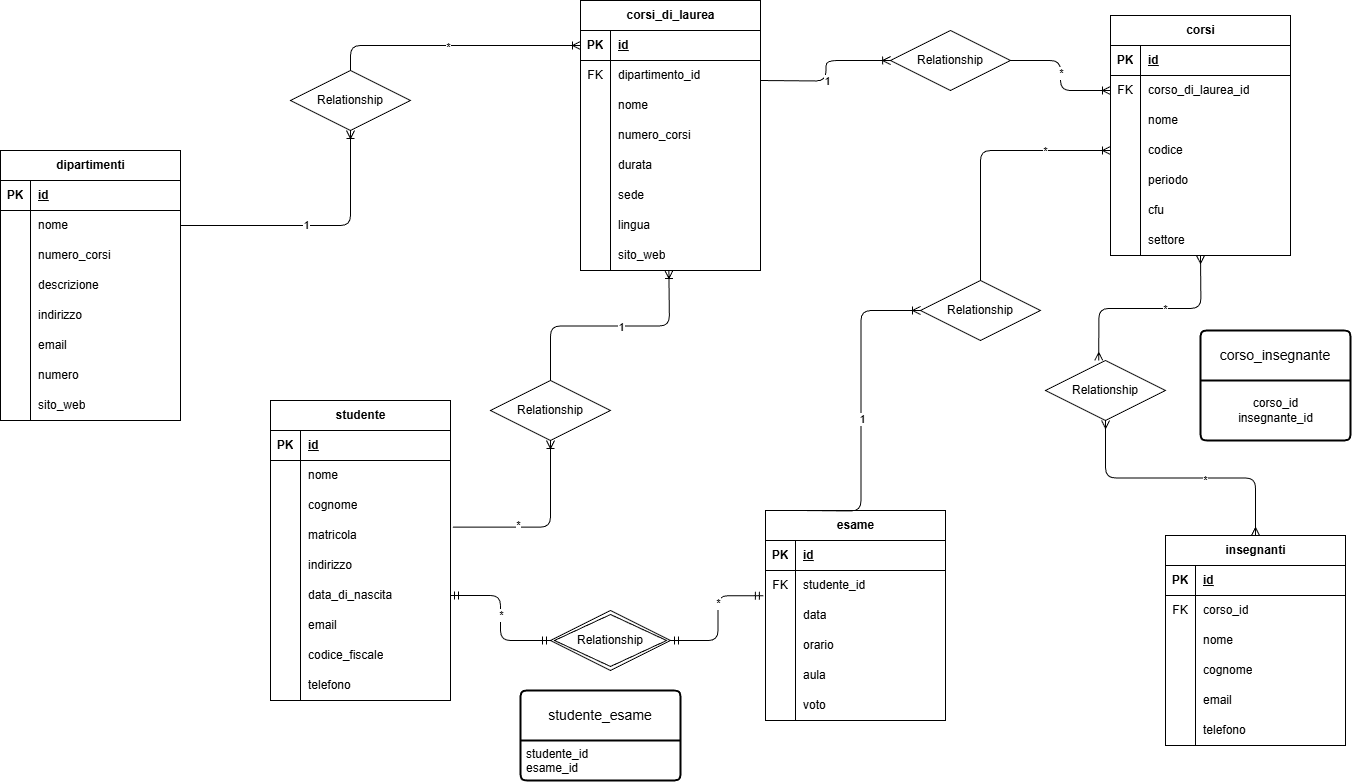
The draw.io diagram schema.png in carminenicotera/db-university, before a commit. Source tidied: cells renumbered, new cells last; positions are measured from the earlier drawing's top-left corner, leaving out a move shared by most shapes.
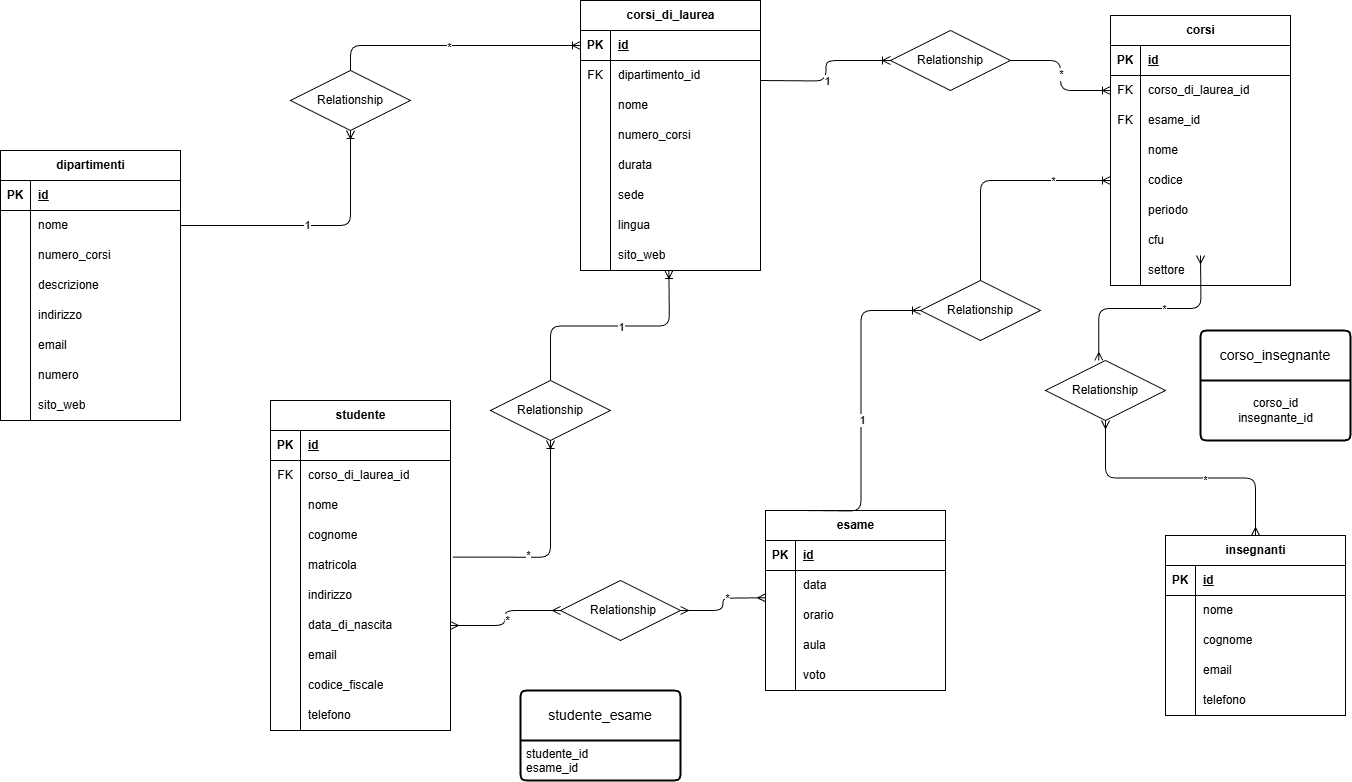
The same diagram one commit later.

The edit, as a diff of the source:
```diff
@@ -155,3 +155,3 @@
     <mxCell id="52" value="corsi" style="shape=table;startSize=30;rowLines=0;fontStyle=1;align=center;html=1;" parent="1" vertex="1">
-      <mxGeometry x="1110" y="15" width="180" height="240" as="geometry" />
+      <mxGeometry x="1110" y="15" width="180" height="270" as="geometry" />
     </mxCell>
@@ -175,4 +175,13 @@
     </mxCell>
+    <mxCell id="174" style="shape=tableRow;horizontal=0;startSize=0;swimlaneHead=0;swimlaneBody=0;fillColor=none;top=0;left=0;right=0;bottom=0;" parent="52" vertex="1">
+      <mxGeometry y="90" width="180" height="30" as="geometry" />
+    </mxCell>
+    <mxCell id="175" value="FK" style="shape=partialRectangle;fillColor=none;top=0;left=0;bottom=0;right=0;overflow=hidden;whiteSpace=wrap;html=1;" parent="174" vertex="1">
+      <mxGeometry width="30" height="30" as="geometry" />
+    </mxCell>
+    <mxCell id="176" value="esame_id" style="shape=partialRectangle;fillColor=none;top=0;left=0;bottom=0;right=0;align=left;spacingLeft=6;overflow=hidden;whiteSpace=wrap;html=1;" parent="174" vertex="1">
+      <mxGeometry x="30" width="150" height="30" as="geometry" />
+    </mxCell>
     <mxCell id="59" style="shape=tableRow;horizontal=0;startSize=0;swimlaneHead=0;swimlaneBody=0;fillColor=none;top=0;left=0;right=0;bottom=0;" parent="52" vertex="1">
-      <mxGeometry y="90" width="180" height="30" as="geometry" />
+      <mxGeometry y="120" width="180" height="30" as="geometry" />
     </mxCell>
@@ -185,3 +194,3 @@
     <mxCell id="62" style="shape=tableRow;horizontal=0;startSize=0;swimlaneHead=0;swimlaneBody=0;fillColor=none;points=[[0,0.5],[1,0.5]];portConstraint=eastwest;top=0;left=0;right=0;bottom=0;" parent="52" vertex="1">
-      <mxGeometry y="120" width="180" height="30" as="geometry" />
+      <mxGeometry y="150" width="180" height="30" as="geometry" />
     </mxCell>
@@ -194,3 +203,3 @@
     <mxCell id="65" style="shape=tableRow;horizontal=0;startSize=0;swimlaneHead=0;swimlaneBody=0;fillColor=none;top=0;left=0;right=0;bottom=0;" parent="52" vertex="1">
-      <mxGeometry y="150" width="180" height="30" as="geometry" />
+      <mxGeometry y="180" width="180" height="30" as="geometry" />
     </mxCell>
@@ -203,3 +212,3 @@
     <mxCell id="68" style="shape=tableRow;horizontal=0;startSize=0;swimlaneHead=0;swimlaneBody=0;fillColor=none;top=0;left=0;right=0;bottom=0;" parent="52" vertex="1">
-      <mxGeometry y="180" width="180" height="30" as="geometry" />
+      <mxGeometry y="210" width="180" height="30" as="geometry" />
     </mxCell>
@@ -212,3 +221,3 @@
     <mxCell id="71" style="shape=tableRow;horizontal=0;startSize=0;swimlaneHead=0;swimlaneBody=0;fillColor=none;top=0;left=0;right=0;bottom=0;" parent="52" vertex="1">
-      <mxGeometry y="210" width="180" height="30" as="geometry" />
+      <mxGeometry y="240" width="180" height="30" as="geometry" />
     </mxCell>
@@ -221,3 +230,3 @@
     <mxCell id="74" value="insegnanti" style="shape=table;startSize=30;rowLines=0;fontStyle=1;align=center;html=1;" parent="1" vertex="1">
-      <mxGeometry x="1165" y="535" width="180" height="210" as="geometry" />
+      <mxGeometry x="1165" y="535" width="180" height="180" as="geometry" />
     </mxCell>
@@ -232,13 +241,4 @@
     </mxCell>
-    <mxCell id="78" style="shape=tableRow;horizontal=0;startSize=0;swimlaneHead=0;swimlaneBody=0;fillColor=none;top=0;left=0;right=0;bottom=0;" parent="74" vertex="1">
-      <mxGeometry y="60" width="180" height="30" as="geometry" />
-    </mxCell>
-    <mxCell id="79" value="FK" style="shape=partialRectangle;fillColor=none;top=0;left=0;bottom=0;right=0;overflow=hidden;whiteSpace=wrap;html=1;" parent="78" vertex="1">
-      <mxGeometry width="30" height="30" as="geometry" />
-    </mxCell>
-    <mxCell id="80" value="corso_id" style="shape=partialRectangle;fillColor=none;top=0;left=0;bottom=0;right=0;align=left;spacingLeft=6;overflow=hidden;whiteSpace=wrap;html=1;" parent="78" vertex="1">
-      <mxGeometry x="30" width="150" height="30" as="geometry" />
-    </mxCell>
     <mxCell id="81" style="shape=tableRow;horizontal=0;startSize=0;swimlaneHead=0;swimlaneBody=0;fillColor=none;top=0;left=0;right=0;bottom=0;" parent="74" vertex="1">
-      <mxGeometry y="90" width="180" height="30" as="geometry" />
+      <mxGeometry y="60" width="180" height="30" as="geometry" />
     </mxCell>
@@ -251,3 +251,3 @@
     <mxCell id="84" style="shape=tableRow;horizontal=0;startSize=0;swimlaneHead=0;swimlaneBody=0;fillColor=none;top=0;left=0;right=0;bottom=0;" parent="74" vertex="1">
-      <mxGeometry y="120" width="180" height="30" as="geometry" />
+      <mxGeometry y="90" width="180" height="30" as="geometry" />
     </mxCell>
@@ -260,3 +260,3 @@
     <mxCell id="87" style="shape=tableRow;horizontal=0;startSize=0;swimlaneHead=0;swimlaneBody=0;fillColor=none;top=0;left=0;right=0;bottom=0;" parent="74" vertex="1">
-      <mxGeometry y="150" width="180" height="30" as="geometry" />
+      <mxGeometry y="120" width="180" height="30" as="geometry" />
     </mxCell>
@@ -269,3 +269,3 @@
     <mxCell id="90" style="shape=tableRow;horizontal=0;startSize=0;swimlaneHead=0;swimlaneBody=0;fillColor=none;top=0;left=0;right=0;bottom=0;" parent="74" vertex="1">
-      <mxGeometry y="180" width="180" height="30" as="geometry" />
+      <mxGeometry y="150" width="180" height="30" as="geometry" />
     </mxCell>
@@ -278,3 +278,3 @@
     <mxCell id="93" value="esame" style="shape=table;startSize=30;rowLines=0;fontStyle=1;align=center;html=1;" parent="1" vertex="1">
-      <mxGeometry x="765" y="510" width="180" height="210" as="geometry" />
+      <mxGeometry x="765" y="510" width="180" height="180" as="geometry" />
     </mxCell>
@@ -289,13 +289,4 @@
     </mxCell>
-    <mxCell id="97" style="shape=tableRow;horizontal=0;startSize=0;swimlaneHead=0;swimlaneBody=0;fillColor=none;points=[[0,0.5],[1,0.5]];portConstraint=eastwest;top=0;left=0;right=0;bottom=0;" parent="93" vertex="1">
-      <mxGeometry y="60" width="180" height="30" as="geometry" />
-    </mxCell>
-    <mxCell id="98" value="FK" style="shape=partialRectangle;fillColor=none;top=0;left=0;bottom=0;right=0;overflow=hidden;whiteSpace=wrap;html=1;" parent="97" vertex="1">
-      <mxGeometry width="30" height="30" as="geometry" />
-    </mxCell>
-    <mxCell id="99" value="studente_id" style="shape=partialRectangle;fillColor=none;top=0;left=0;bottom=0;right=0;align=left;spacingLeft=6;overflow=hidden;whiteSpace=wrap;html=1;" parent="97" vertex="1">
-      <mxGeometry x="30" width="150" height="30" as="geometry" />
-    </mxCell>
     <mxCell id="100" style="shape=tableRow;horizontal=0;startSize=0;swimlaneHead=0;swimlaneBody=0;fillColor=none;top=0;left=0;right=0;bottom=0;" parent="93" vertex="1">
-      <mxGeometry y="90" width="180" height="30" as="geometry" />
+      <mxGeometry y="60" width="180" height="30" as="geometry" />
     </mxCell>
@@ -308,3 +299,3 @@
     <mxCell id="103" style="shape=tableRow;horizontal=0;startSize=0;swimlaneHead=0;swimlaneBody=0;fillColor=none;top=0;left=0;right=0;bottom=0;" parent="93" vertex="1">
-      <mxGeometry y="120" width="180" height="30" as="geometry" />
+      <mxGeometry y="90" width="180" height="30" as="geometry" />
     </mxCell>
@@ -317,3 +308,3 @@
     <mxCell id="106" style="shape=tableRow;horizontal=0;startSize=0;swimlaneHead=0;swimlaneBody=0;fillColor=none;top=0;left=0;right=0;bottom=0;" parent="93" vertex="1">
-      <mxGeometry y="150" width="180" height="30" as="geometry" />
+      <mxGeometry y="120" width="180" height="30" as="geometry" />
     </mxCell>
@@ -326,3 +317,3 @@
     <mxCell id="109" style="shape=tableRow;horizontal=0;startSize=0;swimlaneHead=0;swimlaneBody=0;fillColor=none;top=0;left=0;right=0;bottom=0;" parent="93" vertex="1">
-      <mxGeometry y="180" width="180" height="30" as="geometry" />
+      <mxGeometry y="150" width="180" height="30" as="geometry" />
     </mxCell>
@@ -335,3 +326,3 @@
     <mxCell id="112" value="studente" style="shape=table;startSize=30;rowLines=0;fontStyle=1;align=center;html=1;" parent="1" vertex="1">
-      <mxGeometry x="270" y="400" width="180" height="300" as="geometry" />
+      <mxGeometry x="270" y="400" width="180" height="330" as="geometry" />
     </mxCell>
@@ -346,4 +337,13 @@
     </mxCell>
+    <mxCell id="137" style="shape=tableRow;horizontal=0;startSize=0;swimlaneHead=0;swimlaneBody=0;fillColor=none;top=0;left=0;right=0;bottom=0;" parent="112" vertex="1">
+      <mxGeometry y="60" width="180" height="30" as="geometry" />
+    </mxCell>
+    <mxCell id="138" value="FK" style="shape=partialRectangle;fillColor=none;top=0;left=0;bottom=0;right=0;overflow=hidden;whiteSpace=wrap;html=1;" parent="137" vertex="1">
+      <mxGeometry width="30" height="30" as="geometry" />
+    </mxCell>
+    <mxCell id="139" value="corso_di_laurea_id" style="shape=partialRectangle;fillColor=none;top=0;left=0;bottom=0;right=0;align=left;spacingLeft=6;overflow=hidden;whiteSpace=wrap;html=1;" parent="137" vertex="1">
+      <mxGeometry x="30" width="150" height="30" as="geometry" />
+    </mxCell>
     <mxCell id="116" style="shape=tableRow;horizontal=0;startSize=0;swimlaneHead=0;swimlaneBody=0;fillColor=none;top=0;left=0;right=0;bottom=0;" parent="112" vertex="1">
-      <mxGeometry y="60" width="180" height="30" as="geometry" />
+      <mxGeometry y="90" width="180" height="30" as="geometry" />
     </mxCell>
@@ -356,3 +356,3 @@
     <mxCell id="119" style="shape=tableRow;horizontal=0;startSize=0;swimlaneHead=0;swimlaneBody=0;fillColor=none;top=0;left=0;right=0;bottom=0;" parent="112" vertex="1">
-      <mxGeometry y="90" width="180" height="30" as="geometry" />
+      <mxGeometry y="120" width="180" height="30" as="geometry" />
     </mxCell>
@@ -365,3 +365,3 @@
     <mxCell id="122" style="shape=tableRow;horizontal=0;startSize=0;swimlaneHead=0;swimlaneBody=0;fillColor=none;points=[[0,0.5],[1,0.5]];portConstraint=eastwest;top=0;left=0;right=0;bottom=0;" parent="112" vertex="1">
-      <mxGeometry y="120" width="180" height="30" as="geometry" />
+      <mxGeometry y="150" width="180" height="30" as="geometry" />
     </mxCell>
@@ -374,3 +374,3 @@
     <mxCell id="125" style="shape=tableRow;horizontal=0;startSize=0;swimlaneHead=0;swimlaneBody=0;fillColor=none;top=0;left=0;right=0;bottom=0;" parent="112" vertex="1">
-      <mxGeometry y="150" width="180" height="30" as="geometry" />
+      <mxGeometry y="180" width="180" height="30" as="geometry" />
     </mxCell>
@@ -383,3 +383,3 @@
     <mxCell id="128" style="shape=tableRow;horizontal=0;startSize=0;swimlaneHead=0;swimlaneBody=0;fillColor=none;points=[[0,0.5],[1,0.5]];portConstraint=eastwest;top=0;left=0;right=0;bottom=0;" parent="112" vertex="1">
-      <mxGeometry y="180" width="180" height="30" as="geometry" />
+      <mxGeometry y="210" width="180" height="30" as="geometry" />
     </mxCell>
@@ -392,3 +392,3 @@
     <mxCell id="131" style="shape=tableRow;horizontal=0;startSize=0;swimlaneHead=0;swimlaneBody=0;fillColor=none;top=0;left=0;right=0;bottom=0;" parent="112" vertex="1">
-      <mxGeometry y="210" width="180" height="30" as="geometry" />
+      <mxGeometry y="240" width="180" height="30" as="geometry" />
     </mxCell>
@@ -401,3 +401,3 @@
     <mxCell id="134" style="shape=tableRow;horizontal=0;startSize=0;swimlaneHead=0;swimlaneBody=0;fillColor=none;top=0;left=0;right=0;bottom=0;" parent="112" vertex="1">
-      <mxGeometry y="240" width="180" height="30" as="geometry" />
+      <mxGeometry y="270" width="180" height="30" as="geometry" />
     </mxCell>
@@ -409,11 +409,11 @@
     </mxCell>
-    <mxCell id="137" style="shape=tableRow;horizontal=0;startSize=0;swimlaneHead=0;swimlaneBody=0;fillColor=none;top=0;left=0;right=0;bottom=0;" parent="112" vertex="1">
-      <mxGeometry y="270" width="180" height="30" as="geometry" />
-    </mxCell>
-    <mxCell id="138" style="shape=partialRectangle;fillColor=none;top=0;left=0;bottom=0;right=0;overflow=hidden;whiteSpace=wrap;html=1;" parent="137" vertex="1">
-      <mxGeometry width="30" height="30" as="geometry" />
-    </mxCell>
-    <mxCell id="139" value="telefono" style="shape=partialRectangle;fillColor=none;top=0;left=0;bottom=0;right=0;align=left;spacingLeft=6;overflow=hidden;whiteSpace=wrap;html=1;" parent="137" vertex="1">
-      <mxGeometry x="30" width="150" height="30" as="geometry" />
-    </mxCell>
+    <mxCell id="177" style="shape=tableRow;horizontal=0;startSize=0;swimlaneHead=0;swimlaneBody=0;fillColor=none;top=0;left=0;right=0;bottom=0;" parent="112" vertex="1">
+      <mxGeometry y="300" width="180" height="30" as="geometry" />
+    </mxCell>
+    <mxCell id="178" style="shape=partialRectangle;fillColor=none;top=0;left=0;bottom=0;right=0;overflow=hidden;whiteSpace=wrap;html=1;" parent="177" vertex="1">
+      <mxGeometry width="30" height="30" as="geometry" />
+    </mxCell>
+    <mxCell id="179" value="telefono" style="shape=partialRectangle;fillColor=none;top=0;left=0;bottom=0;right=0;align=left;spacingLeft=6;overflow=hidden;whiteSpace=wrap;html=1;" parent="177" vertex="1">
+      <mxGeometry x="30" width="150" height="30" as="geometry" />
+    </mxCell>
     <mxCell id="140" style="edgeStyle=orthogonalEdgeStyle;fontSize=12;html=1;endArrow=ERoneToMany;" parent="1" edge="1" source="144" target="28">
@@ -489,19 +489,2 @@
     </mxCell>
-    <mxCell id="161" style="edgeStyle=orthogonalEdgeStyle;fontSize=12;html=1;endArrow=ERmandOne;startArrow=ERmandOne;entryX=-0.012;entryY=0.841;entryDx=0;entryDy=0;entryPerimeter=0;exitX=1;exitY=0.5;exitDx=0;exitDy=0;" parent="1" edge="1" source="165" target="97">
-      <mxGeometry relative="1" as="geometry" />
-    </mxCell>
-    <mxCell id="162" value="*" style="edgeLabel;html=1;align=center;verticalAlign=middle;" parent="161" vertex="1">
-      <mxGeometry x="0.22" y="-1" relative="1" as="geometry">
-        <mxPoint x="-1" as="offset" />
-      </mxGeometry>
-    </mxCell>
-    <mxCell id="163" style="edgeStyle=orthogonalEdgeStyle;fontSize=12;html=1;endArrow=ERmandOne;startArrow=ERmandOne;entryX=0;entryY=0.5;entryDx=0;entryDy=0;exitX=1;exitY=0.5;exitDx=0;exitDy=0;" parent="1" edge="1" source="128" target="165">
-      <mxGeometry relative="1" as="geometry" />
-    </mxCell>
-    <mxCell id="164" value="*" style="edgeLabel;html=1;align=center;verticalAlign=middle;" parent="163" vertex="1">
-      <mxGeometry x="-0.04" relative="1" as="geometry" />
-    </mxCell>
-    <mxCell id="165" value="Relationship" style="shape=rhombus;double=1;perimeter=rhombusPerimeter;whiteSpace=wrap;html=1;align=center;" parent="1" vertex="1">
-      <mxGeometry x="550" y="610" width="120" height="60" as="geometry" />
-    </mxCell>
     <mxCell id="166" value="studente_esame" style="swimlane;horizontal=1;startSize=50;rounded=1;fontSize=14;fontStyle=0;strokeWidth=2;shadow=0;dashed=0;align=center;arcSize=4;whiteSpace=wrap;html=1;" parent="1" vertex="1">
@@ -532,2 +515,19 @@
     </mxCell>
+    <mxCell id="180" style="edgeStyle=orthogonalEdgeStyle;fontSize=12;html=1;endArrow=ERmany;startArrow=ERmany;fontFamily=Helvetica;fontColor=default;entryX=0;entryY=0.908;entryDx=0;entryDy=0;entryPerimeter=0;exitX=1;exitY=0.5;exitDx=0;exitDy=0;" parent="1" edge="1" source="165">
+      <mxGeometry relative="1" as="geometry">
+        <mxPoint x="765" y="597.2" as="targetPoint" />
+      </mxGeometry>
+    </mxCell>
+    <mxCell id="181" value="*" style="edgeLabel;html=1;align=center;verticalAlign=middle;strokeColor=default;spacingLeft=6;fontFamily=Helvetica;fontSize=12;fontColor=default;fillColor=none;" parent="180" vertex="1">
+      <mxGeometry x="0.14" y="-1" relative="1" as="geometry" />
+    </mxCell>
+    <mxCell id="163" style="edgeStyle=orthogonalEdgeStyle;fontSize=12;html=1;endArrow=ERmany;startArrow=ERmany;fontFamily=Helvetica;fontColor=default;entryX=0;entryY=0.5;entryDx=0;entryDy=0;exitX=1;exitY=0.5;exitDx=0;exitDy=0;" parent="1" edge="1" source="128" target="165">
+      <mxGeometry relative="1" as="geometry" />
+    </mxCell>
+    <mxCell id="182" value="*" style="edgeLabel;html=1;align=center;verticalAlign=middle;strokeColor=default;spacingLeft=6;fontFamily=Helvetica;fontSize=12;fontColor=default;fillColor=none;" parent="163" vertex="1">
+      <mxGeometry x="-0.04" y="2" relative="1" as="geometry" />
+    </mxCell>
+    <mxCell id="165" value="Relationship" style="shape=rhombus;perimeter=rhombusPerimeter;whiteSpace=wrap;html=1;align=center;strokeColor=default;verticalAlign=middle;spacingLeft=6;fontFamily=Helvetica;fontSize=12;fontColor=default;fillColor=none;" parent="1" vertex="1">
+      <mxGeometry x="560" y="580" width="120" height="60" as="geometry" />
+    </mxCell>
   </root>
```
